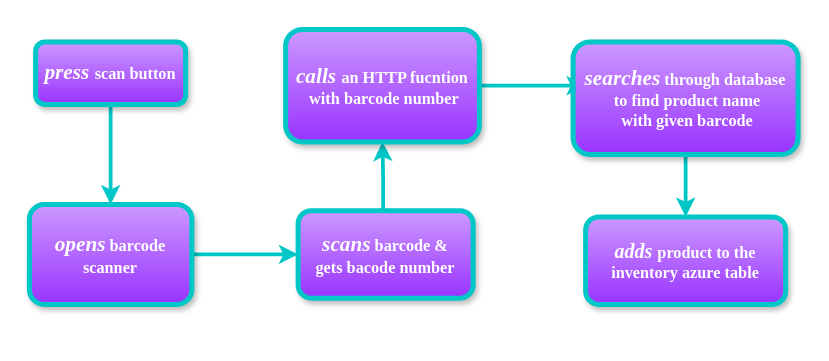
OfekBar/IOT_project keeps this draw.io diagram as website/Untitled Diagram.drawio. Above is the earlier version. Source tidied: cells renumbered, new cells numbered last; positions are measured from the earlier drawing's top-left corner, leaving out a move shared by most shapes. Both pictures are drawn from the tidied source at 125%, with x=0, y=0 at pixel (29, 29).
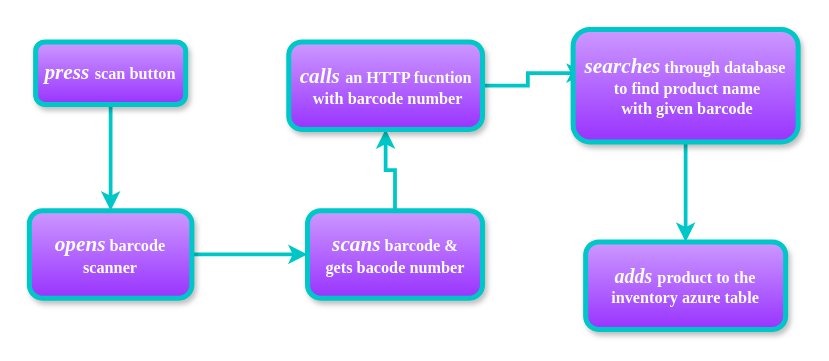
Above is the later version.

What changed in the source:
```diff
@@
 <mxGraphModel>
   <root>
     <mxCell id="0" />
     <mxCell id="1" parent="0" />
     <mxCell id="2" style="edgeStyle=orthogonalEdgeStyle;rounded=0;jettySize=auto;html=1;exitX=0.5;exitY=0;exitDx=0;exitDy=0;entryX=0.5;entryY=1;entryDx=0;entryDy=0;fontSize=13;fontColor=#FFFFFF;strokeColor=#00C7C7;strokeWidth=3;" parent="1" edge="1" source="3" target="5">
       <mxGeometry relative="1" as="geometry" />
     </mxCell>
     <mxCell id="3" value="&lt;font face=&quot;Times New Roman&quot; style=&quot;font-size: 17px&quot;&gt;&lt;i&gt;p&lt;font style=&quot;font-size: 17px&quot;&gt;ress&lt;/font&gt;&lt;/i&gt; &lt;/font&gt;&lt;font face=&quot;Times New Roman&quot; style=&quot;font-size: 13px&quot;&gt;scan &lt;/font&gt;&lt;font face=&quot;Times New Roman&quot; style=&quot;font-size: 13px&quot;&gt;button&lt;/font&gt;" style="rounded=1;whiteSpace=wrap;html=1;shadow=1;direction=west;strokeWidth=4;fillColor=#9933FF;gradientColor=#CC99FF;fontStyle=1;fontSize=13;fontColor=#FFFFFF;strokeColor=#00C7C7;" parent="1" vertex="1">
       <mxGeometry x="5" y="10" width="120" height="50" as="geometry" />
     </mxCell>
     <mxCell id="4" style="edgeStyle=orthogonalEdgeStyle;rounded=0;jettySize=auto;html=1;exitX=0;exitY=0.5;exitDx=0;exitDy=0;entryX=1;entryY=0.5;entryDx=0;entryDy=0;fontSize=13;fontColor=#FFFFFF;strokeColor=#00C7C7;strokeWidth=3;" parent="1" edge="1" source="5" target="7">
       <mxGeometry relative="1" as="geometry" />
     </mxCell>
     <mxCell id="5" value="&lt;font face=&quot;Times New Roman&quot;&gt;&lt;span style=&quot;font-size: 17px&quot;&gt;&lt;i&gt;opens&lt;/i&gt;&lt;/span&gt; barcode scanner&lt;/font&gt;" style="rounded=1;whiteSpace=wrap;html=1;shadow=1;direction=west;strokeWidth=4;fillColor=#9933FF;gradientColor=#CC99FF;fontStyle=1;fontSize=13;fontColor=#FFFFFF;strokeColor=#00C7C7;" parent="1" vertex="1">
-      <mxGeometry y="140" width="130" height="80" as="geometry" />
+      <mxGeometry y="145" width="130" height="70" as="geometry" />
     </mxCell>
-    <mxCell id="6" style="edgeStyle=orthogonalEdgeStyle;rounded=0;jettySize=auto;html=1;exitX=0.5;exitY=1;exitDx=0;exitDy=0;entryX=0.5;entryY=0;entryDx=0;entryDy=0;fontSize=13;fontColor=#FFFFFF;strokeColor=#00C7C7;strokeWidth=3;" parent="1" edge="1" source="7" target="9">
-      <mxGeometry relative="1" as="geometry">
-        <Array as="points">
-          <mxPoint x="283" y="145" />
-          <mxPoint x="283" y="118" />
-        </Array>
-      </mxGeometry>
+    <mxCell id="6" style="edgeStyle=orthogonalEdgeStyle;rounded=0;jettySize=auto;html=1;exitX=0.5;exitY=1;exitDx=0;exitDy=0;fontSize=13;fontColor=#FFFFFF;strokeColor=#00C7C7;strokeWidth=3;" parent="1" edge="1" source="7" target="9">
+      <mxGeometry relative="1" as="geometry" />
     </mxCell>
     <mxCell id="7" value="&lt;font face=&quot;Times New Roman&quot;&gt;&lt;i&gt;&lt;font style=&quot;font-size: 17px&quot;&gt;scans&lt;/font&gt;&lt;/i&gt; barcode &amp;amp; &lt;br&gt;gets bacode number&lt;/font&gt;" style="rounded=1;whiteSpace=wrap;html=1;shadow=1;direction=west;strokeWidth=4;fillColor=#9933FF;gradientColor=#CC99FF;fontStyle=1;fontSize=13;fontColor=#FFFFFF;strokeColor=#00C7C7;" parent="1" vertex="1">
-      <mxGeometry x="215" y="145" width="140" height="70" as="geometry" />
+      <mxGeometry x="222.5" y="145" width="140" height="70" as="geometry" />
     </mxCell>
     <mxCell id="8" style="edgeStyle=orthogonalEdgeStyle;rounded=0;jettySize=auto;html=1;exitX=0;exitY=0.5;exitDx=0;exitDy=0;entryX=0.944;entryY=0.611;entryDx=0;entryDy=0;entryPerimeter=0;fontSize=13;fontColor=#FFFFFF;strokeColor=#00C7C7;strokeWidth=3;" parent="1" edge="1" source="9" target="11">
       <mxGeometry relative="1" as="geometry" />
     </mxCell>
     <mxCell id="9" value="&lt;font face=&quot;Times New Roman&quot;&gt;&lt;font style=&quot;font-size: 17px&quot;&gt;&lt;i&gt;calls &lt;/i&gt;&lt;/font&gt;&lt;span style=&quot;font-size: 13px&quot;&gt;an HTTP fucntion&lt;br&gt;&amp;nbsp;with barcode number&lt;/span&gt;&lt;/font&gt;" style="rounded=1;whiteSpace=wrap;html=1;shadow=1;direction=west;strokeWidth=4;fillColor=#9933FF;gradientColor=#CC99FF;fontStyle=1;fontSize=13;fontColor=#FFFFFF;strokeColor=#00C7C7;" parent="1" vertex="1">
-      <mxGeometry x="205" width="155" height="90" as="geometry" />
+      <mxGeometry x="207.5" y="10" width="155" height="70" as="geometry" />
     </mxCell>
     <mxCell id="10" style="edgeStyle=orthogonalEdgeStyle;rounded=0;jettySize=auto;html=1;exitX=0.5;exitY=0;exitDx=0;exitDy=0;entryX=0.5;entryY=1;entryDx=0;entryDy=0;fontSize=13;fontColor=#FFFFFF;strokeColor=#00C7C7;strokeWidth=3;" parent="1" edge="1" source="11" target="12">
       <mxGeometry relative="1" as="geometry" />
     </mxCell>
     <mxCell id="11" value="&lt;font face=&quot;Times New Roman&quot;&gt;&lt;font&gt;&lt;i&gt;&lt;font style=&quot;font-size: 17px&quot;&gt;s&lt;/font&gt;&lt;font style=&quot;font-size: 17px&quot;&gt;earches&lt;/font&gt; &lt;/i&gt;&lt;/font&gt;&lt;span style=&quot;font-size: 13px&quot;&gt;through database&lt;br&gt;&amp;nbsp;to find product name&lt;br&gt;&amp;nbsp;with given barcode&lt;/span&gt;&lt;/font&gt;" style="rounded=1;whiteSpace=wrap;html=1;shadow=1;direction=west;strokeWidth=4;fillColor=#9933FF;gradientColor=#CC99FF;fontStyle=1;fontSize=13;fontColor=#FFFFFF;strokeColor=#00C7C7;" parent="1" vertex="1">
-      <mxGeometry x="435" y="10" width="180" height="90" as="geometry" />
+      <mxGeometry x="435" width="180" height="90" as="geometry" />
     </mxCell>
     <mxCell id="12" value="&lt;font face=&quot;Times New Roman&quot;&gt;&lt;font style=&quot;font-size: 16px&quot;&gt;&lt;i&gt;adds &lt;/i&gt;&lt;/font&gt;&lt;span style=&quot;font-size: 13px&quot;&gt;product to the inventory azure table&lt;/span&gt;&lt;/font&gt;" style="rounded=1;whiteSpace=wrap;html=1;shadow=1;direction=west;strokeWidth=4;fillColor=#9933FF;gradientColor=#CC99FF;fontStyle=1;fontSize=13;fontColor=#FFFFFF;strokeColor=#00C7C7;" parent="1" vertex="1">
-      <mxGeometry x="445" y="150" width="160" height="70" as="geometry" />
+      <mxGeometry x="445" y="170" width="160" height="70" as="geometry" />
     </mxCell>
   </root>
 </mxGraphModel>
```
